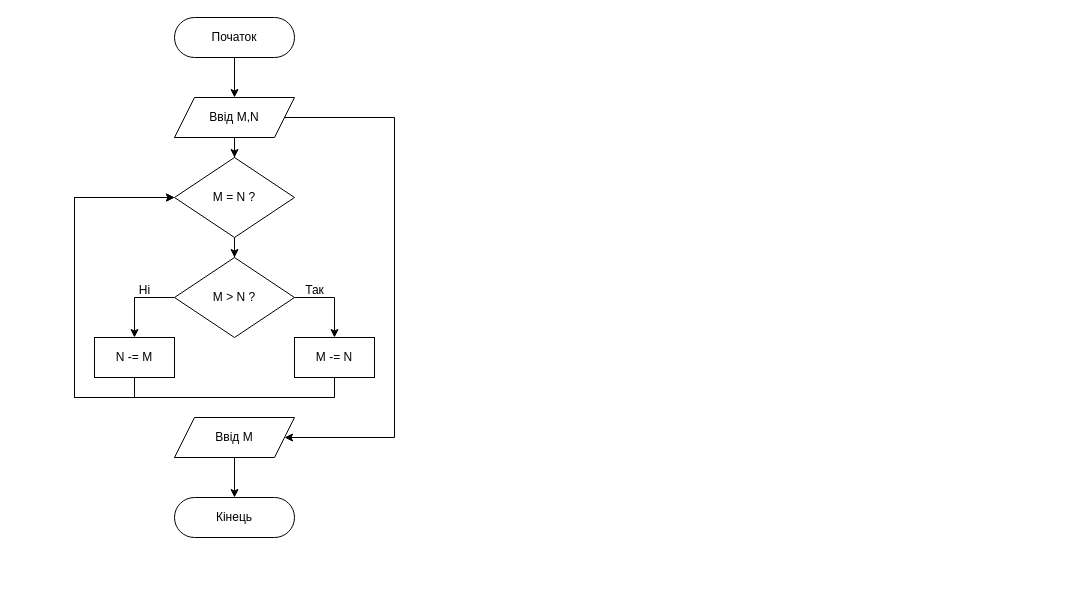
Above: pr1/tarik/flowchart.drawio in bobsytoch/homework-c (draw.io), before the change. Source tidied: cells renumbered, new cells numbered last; positions are measured from the earlier drawing's top-left corner, leaving out a move shared by most shapes. Both pictures are drawn from the tidied source at 100%, with x=0, y=0 at pixel (74, 17).
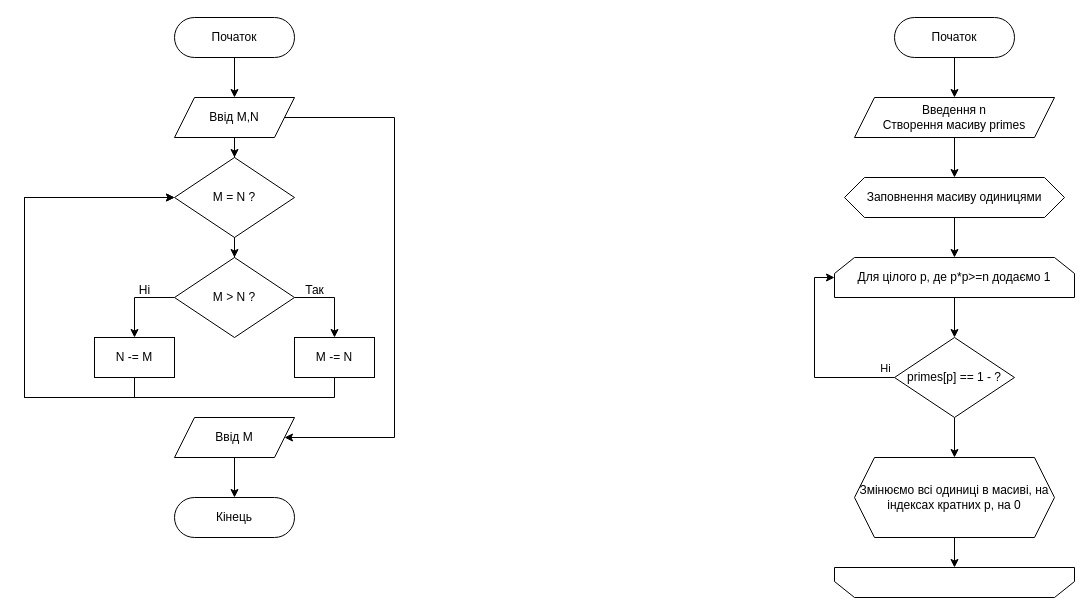
Above is the later version.

The change refers to these unchanged cells:
```xml
<mxCell id="8" value="M = N ?" style="rhombus;whiteSpace=wrap;html=1;" parent="1" vertex="1">
  <mxGeometry x="100" y="140" width="120" height="80" as="geometry" />
</mxCell>
<mxCell id="13" value="M -= N" style="rounded=0;whiteSpace=wrap;html=1;" parent="1" vertex="1">
  <mxGeometry x="220" y="320" width="80" height="40" as="geometry" />
</mxCell>
<mxCell id="15" value="N -= M" style="rounded=0;whiteSpace=wrap;html=1;" parent="1" vertex="1">
  <mxGeometry x="20" y="320" width="80" height="40" as="geometry" />
</mxCell>
```

The edit, as a diff of the source:
```diff
@@
     <mxCell id="12" style="edgeStyle=orthogonalEdgeStyle;rounded=0;jettySize=auto;html=1;entryX=0;entryY=0.5;entryDx=0;entryDy=0;" parent="1" edge="1" source="13" target="8">
       <mxGeometry relative="1" as="geometry">
         <Array as="points">
           <mxPoint x="260" y="380" />
-          <mxPoint y="380" />
-          <mxPoint y="180" />
+          <mxPoint x="-50" y="380" />
+          <mxPoint x="-50" y="180" />
         </Array>
       </mxGeometry>
     </mxCell>
@@
     <mxCell id="14" style="edgeStyle=orthogonalEdgeStyle;rounded=0;jettySize=auto;html=1;entryX=0;entryY=0.5;entryDx=0;entryDy=0;" parent="1" edge="1" source="15" target="8">
       <mxGeometry relative="1" as="geometry">
         <Array as="points">
           <mxPoint x="60" y="380" />
-          <mxPoint y="380" />
-          <mxPoint y="180" />
+          <mxPoint x="-50" y="380" />
+          <mxPoint x="-50" y="180" />
         </Array>
       </mxGeometry>
     </mxCell>
@@
+    <mxCell id="21" style="edgeStyle=orthogonalEdgeStyle;rounded=0;jettySize=auto;html=1;entryX=0.5;entryY=0;entryDx=0;entryDy=0;" parent="1" edge="1" source="22" target="24">
+      <mxGeometry relative="1" as="geometry" />
+    </mxCell>
+    <mxCell id="22" value="Початок" style="rounded=1;whiteSpace=wrap;html=1;arcSize=50;" parent="1" vertex="1">
+      <mxGeometry x="820" width="120" height="40" as="geometry" />
+    </mxCell>
+    <mxCell id="23" style="edgeStyle=orthogonalEdgeStyle;rounded=0;jettySize=auto;html=1;entryX=0.5;entryY=0;entryDx=0;entryDy=0;" parent="1" edge="1" source="24" target="26">
+      <mxGeometry relative="1" as="geometry" />
+    </mxCell>
+    <mxCell id="24" value="Введення n&lt;br&gt;Створення масиву primes" style="shape=parallelogram;perimeter=parallelogramPerimeter;whiteSpace=wrap;html=1;fixedSize=1;" parent="1" vertex="1">
+      <mxGeometry x="780" y="80" width="200" height="40" as="geometry" />
+    </mxCell>
+    <mxCell id="25" style="edgeStyle=orthogonalEdgeStyle;rounded=0;jettySize=auto;html=1;entryX=0.5;entryY=0;entryDx=0;entryDy=0;" parent="1" edge="1" source="26" target="28">
+      <mxGeometry relative="1" as="geometry" />
+    </mxCell>
+    <mxCell id="26" value="Заповнення масиву одиницями" style="shape=hexagon;perimeter=hexagonPerimeter2;whiteSpace=wrap;html=1;fixedSize=1;size=20;" parent="1" vertex="1">
+      <mxGeometry x="770" y="160" width="220" height="40" as="geometry" />
+    </mxCell>
+    <mxCell id="27" style="edgeStyle=orthogonalEdgeStyle;rounded=0;jettySize=auto;html=1;entryX=0.5;entryY=0;entryDx=0;entryDy=0;" parent="1" edge="1" source="28" target="33">
+      <mxGeometry relative="1" as="geometry" />
+    </mxCell>
+    <mxCell id="28" value="Для цілого p, де p*p&amp;gt;=n додаємо 1" style="shape=loopLimit;whiteSpace=wrap;html=1;" parent="1" vertex="1">
+      <mxGeometry x="760" y="240" width="240" height="40" as="geometry" />
+    </mxCell>
+    <mxCell id="29" style="shape=loopLimit;whiteSpace=wrap;html=1;size=20;rotation=-180;" parent="1" vertex="1">
+      <mxGeometry x="760" y="550" width="240" height="30" as="geometry" />
+    </mxCell>
+    <mxCell id="30" style="edgeStyle=orthogonalEdgeStyle;rounded=0;jettySize=auto;html=1;entryX=0;entryY=0.5;entryDx=0;entryDy=0;" parent="1" edge="1" source="33" target="28">
+      <mxGeometry relative="1" as="geometry">
+        <Array as="points">
+          <mxPoint x="740" y="360" />
+          <mxPoint x="740" y="260" />
+        </Array>
+      </mxGeometry>
+    </mxCell>
+    <mxCell id="31" value="Ні" style="edgeLabel;html=1;align=center;verticalAlign=middle;" parent="30" vertex="1">
+      <mxGeometry x="-0.7" y="-1" relative="1" as="geometry">
+        <mxPoint x="20" y="-9" as="offset" />
+      </mxGeometry>
+    </mxCell>
+    <mxCell id="32" style="edgeStyle=orthogonalEdgeStyle;rounded=0;jettySize=auto;html=1;entryX=0.5;entryY=0;entryDx=0;entryDy=0;" parent="1" edge="1" source="33" target="35">
+      <mxGeometry relative="1" as="geometry" />
+    </mxCell>
+    <mxCell id="33" value="primes[p] == 1 - ?" style="rhombus;whiteSpace=wrap;html=1;" parent="1" vertex="1">
+      <mxGeometry x="820" y="320" width="120" height="80" as="geometry" />
+    </mxCell>
+    <mxCell id="34" style="edgeStyle=orthogonalEdgeStyle;rounded=0;jettySize=auto;html=1;entryX=0.5;entryY=1;entryDx=0;entryDy=0;" parent="1" edge="1" source="35" target="29">
+      <mxGeometry relative="1" as="geometry" />
+    </mxCell>
+    <mxCell id="35" value="Змінюємо всі одиниці в масиві, на індексах кратних p, на 0" style="shape=hexagon;perimeter=hexagonPerimeter2;whiteSpace=wrap;html=1;fixedSize=1;" parent="1" vertex="1">
+      <mxGeometry x="780" y="440" width="200" height="80" as="geometry" />
+    </mxCell>
```
